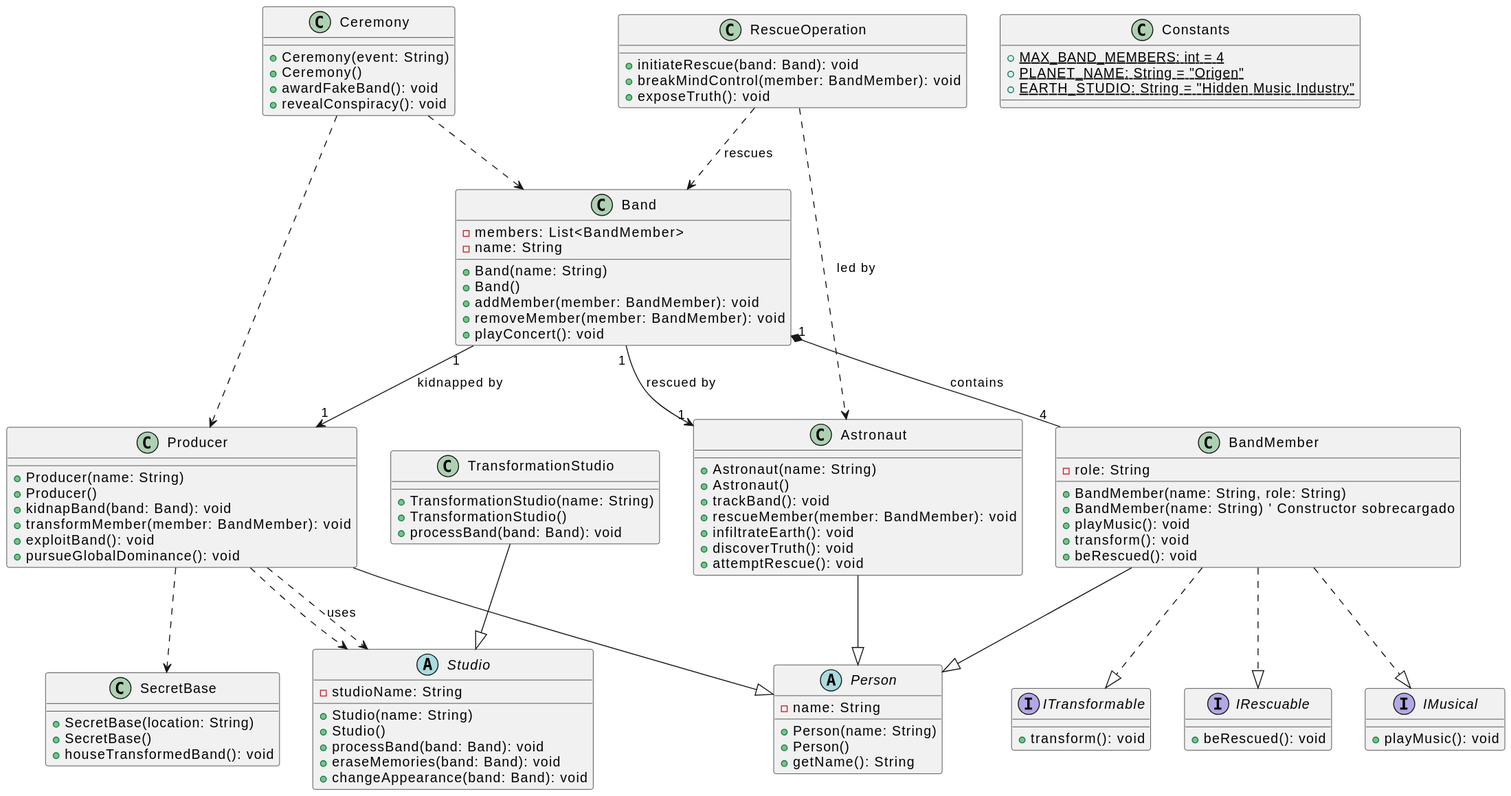
The PlantUML diagram diagrama.svg in Nekstoreo/taller1-aplicaciones-moviles, before a commit.
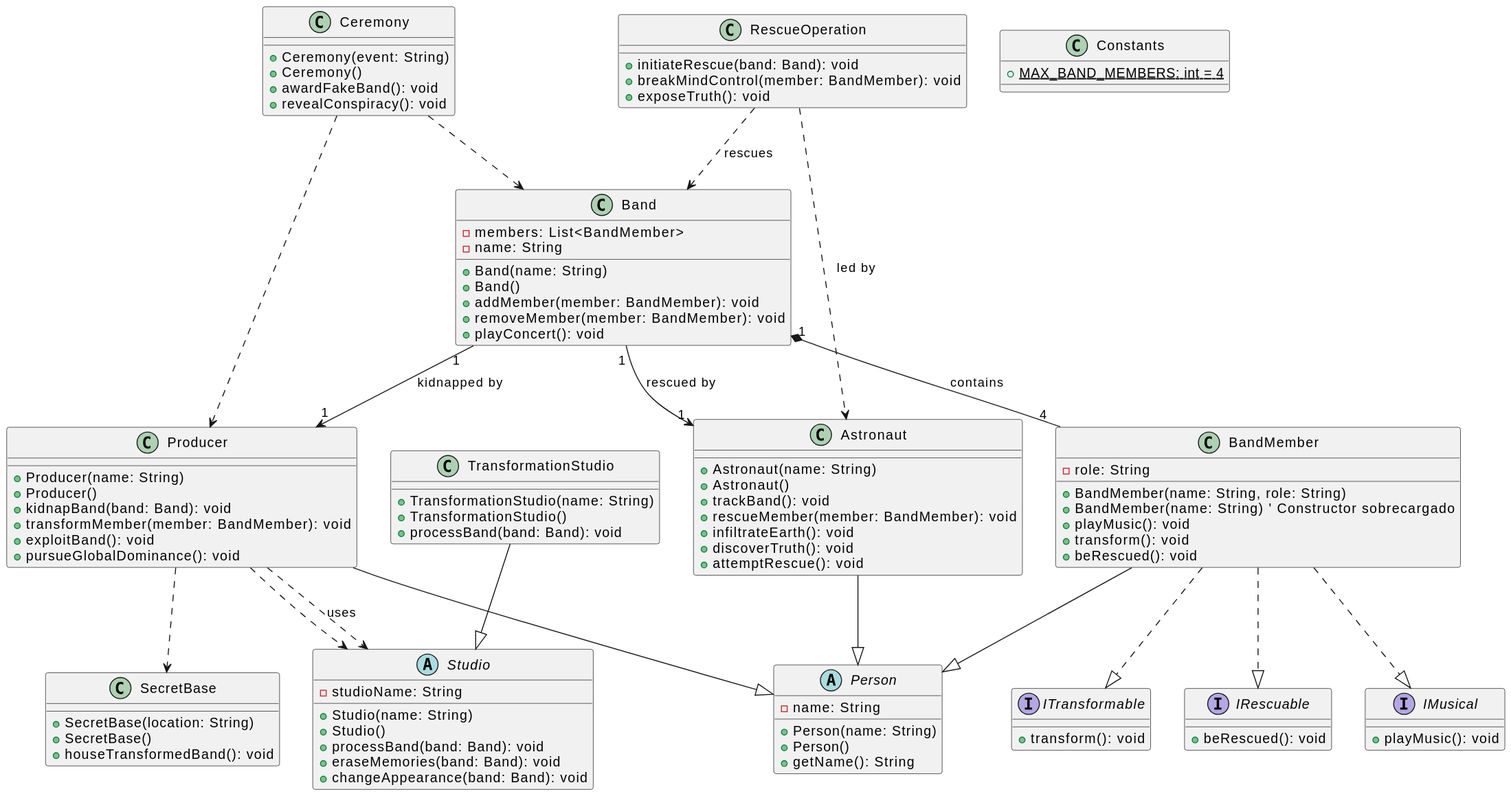
After the commit.

Commit message:
Actualización del diagrama UML

Change to the diagram source:
```diff
@@ -109,7 +109,5 @@
 
 class Constants {
     {static} + MAX_BAND_MEMBERS: int = 4
-    {static} + PLANET_NAME: String = "Origen"
-    {static} + EARTH_STUDIO: String = "Hidden Music Industry"
 }
 @enduml
```
